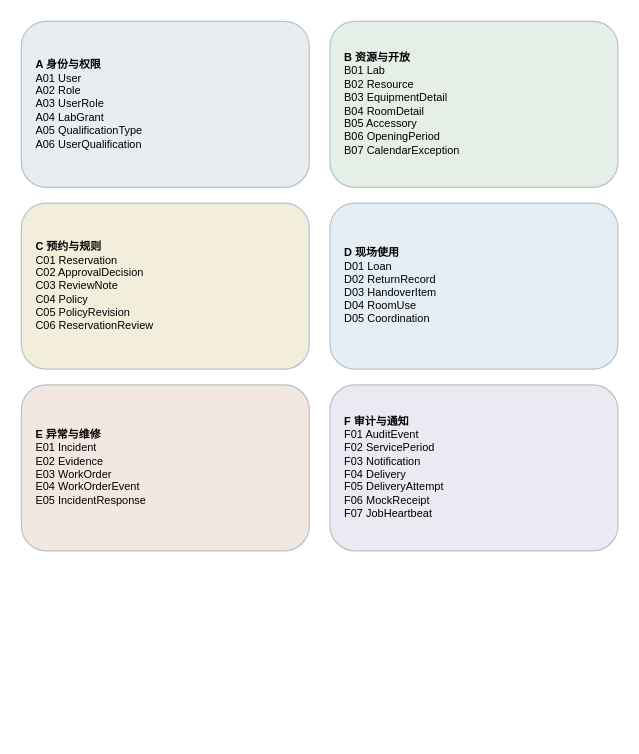
Above: models/图形源文件/图D-1-业务数据域导航.drawio in yvming67-gif/campus-lab-equipment-manager (draw.io), before the change. Source tidied: cells renumbered, new cells numbered last; positions are measured from the earlier drawing's top-left corner, leaving out a move shared by most shapes. Both pictures are drawn from the tidied source at 122%, with x=0, y=0 at pixel (21, 21).
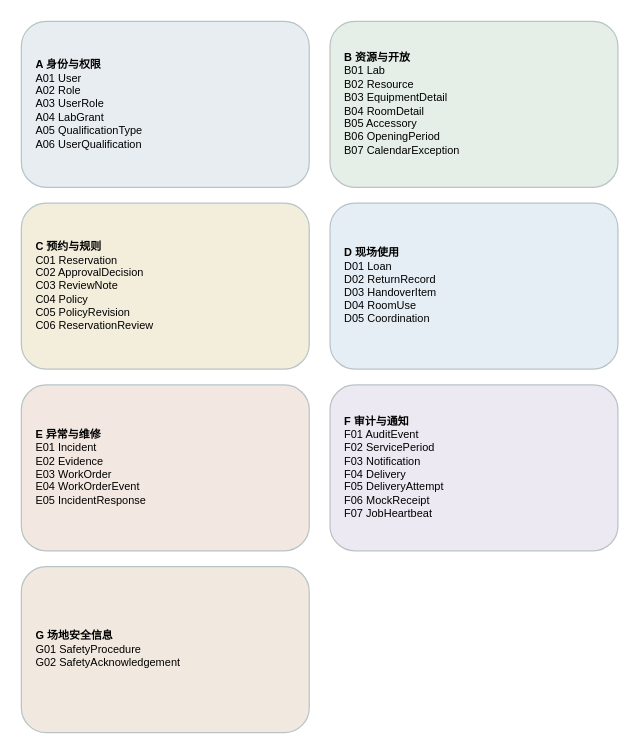
The same diagram, later.

Diff of the diagram source:
```diff
@@
 <mxGraphModel>
   <root>
     <mxCell id="0" />
     <mxCell id="1" parent="0" />
     <mxCell id="2" value="&lt;b&gt;A 身份与权限&lt;/b&gt;&lt;br/&gt;A01 User&lt;br/&gt;A02 Role&lt;br/&gt;A03 UserRole&lt;br/&gt;A04 LabGrant&lt;br/&gt;A05 QualificationType&lt;br/&gt;A06 UserQualification" style="rounded=1;html=1;align=left;spacing=12;fontFamily=Microsoft YaHei;fontSize=9;fillColor=#e8edf2;strokeColor=#b8c3c6;" parent="1" vertex="1">
       <mxGeometry width="236" height="136" as="geometry" />
     </mxCell>
     <mxCell id="3" value="&lt;b&gt;B 资源与开放&lt;/b&gt;&lt;br/&gt;B01 Lab&lt;br/&gt;B02 Resource&lt;br/&gt;B03 EquipmentDetail&lt;br/&gt;B04 RoomDetail&lt;br/&gt;B05 Accessory&lt;br/&gt;B06 OpeningPeriod&lt;br/&gt;B07 CalendarException" style="rounded=1;html=1;align=left;spacing=12;fontFamily=Microsoft YaHei;fontSize=9;fillColor=#e5eee7;strokeColor=#b8c3c6;" parent="1" vertex="1">
       <mxGeometry x="253" width="236" height="136" as="geometry" />
     </mxCell>
     <mxCell id="4" value="&lt;b&gt;C 预约与规则&lt;/b&gt;&lt;br/&gt;C01 Reservation&lt;br/&gt;C02 ApprovalDecision&lt;br/&gt;C03 ReviewNote&lt;br/&gt;C04 Policy&lt;br/&gt;C05 PolicyRevision&lt;br/&gt;C06 ReservationReview" style="rounded=1;html=1;align=left;spacing=12;fontFamily=Microsoft YaHei;fontSize=9;fillColor=#f3eedc;strokeColor=#b8c3c6;" parent="1" vertex="1">
       <mxGeometry y="149" width="236" height="136" as="geometry" />
     </mxCell>
     <mxCell id="5" value="&lt;b&gt;D 现场使用&lt;/b&gt;&lt;br/&gt;D01 Loan&lt;br/&gt;D02 ReturnRecord&lt;br/&gt;D03 HandoverItem&lt;br/&gt;D04 RoomUse&lt;br/&gt;D05 Coordination" style="rounded=1;html=1;align=left;spacing=12;fontFamily=Microsoft YaHei;fontSize=9;fillColor=#e6eef5;strokeColor=#b8c3c6;" parent="1" vertex="1">
       <mxGeometry x="253" y="149" width="236" height="136" as="geometry" />
     </mxCell>
     <mxCell id="6" value="&lt;b&gt;E 异常与维修&lt;/b&gt;&lt;br/&gt;E01 Incident&lt;br/&gt;E02 Evidence&lt;br/&gt;E03 WorkOrder&lt;br/&gt;E04 WorkOrderEvent&lt;br/&gt;E05 IncidentResponse" style="rounded=1;html=1;align=left;spacing=12;fontFamily=Microsoft YaHei;fontSize=9;fillColor=#f3e8e1;strokeColor=#b8c3c6;" parent="1" vertex="1">
       <mxGeometry y="298" width="236" height="136" as="geometry" />
     </mxCell>
     <mxCell id="7" value="&lt;b&gt;F 审计与通知&lt;/b&gt;&lt;br/&gt;F01 AuditEvent&lt;br/&gt;F02 ServicePeriod&lt;br/&gt;F03 Notification&lt;br/&gt;F04 Delivery&lt;br/&gt;F05 DeliveryAttempt&lt;br/&gt;F06 MockReceipt&lt;br/&gt;F07 JobHeartbeat" style="rounded=1;html=1;align=left;spacing=12;fontFamily=Microsoft YaHei;fontSize=9;fillColor=#ece9f2;strokeColor=#b8c3c6;" parent="1" vertex="1">
       <mxGeometry x="253" y="298" width="236" height="136" as="geometry" />
     </mxCell>
+    <mxCell id="8" value="&lt;b&gt;G 场地安全信息&lt;/b&gt;&lt;br/&gt;G01 SafetyProcedure&lt;br/&gt;G02 SafetyAcknowledgement" style="rounded=1;html=1;align=left;spacing=12;fontFamily=Microsoft YaHei;fontSize=9;fillColor=#f1e9df;strokeColor=#b8c3c6;" parent="1" vertex="1">
+      <mxGeometry y="447" width="236" height="136" as="geometry" />
+    </mxCell>
   </root>
 </mxGraphModel>
```
